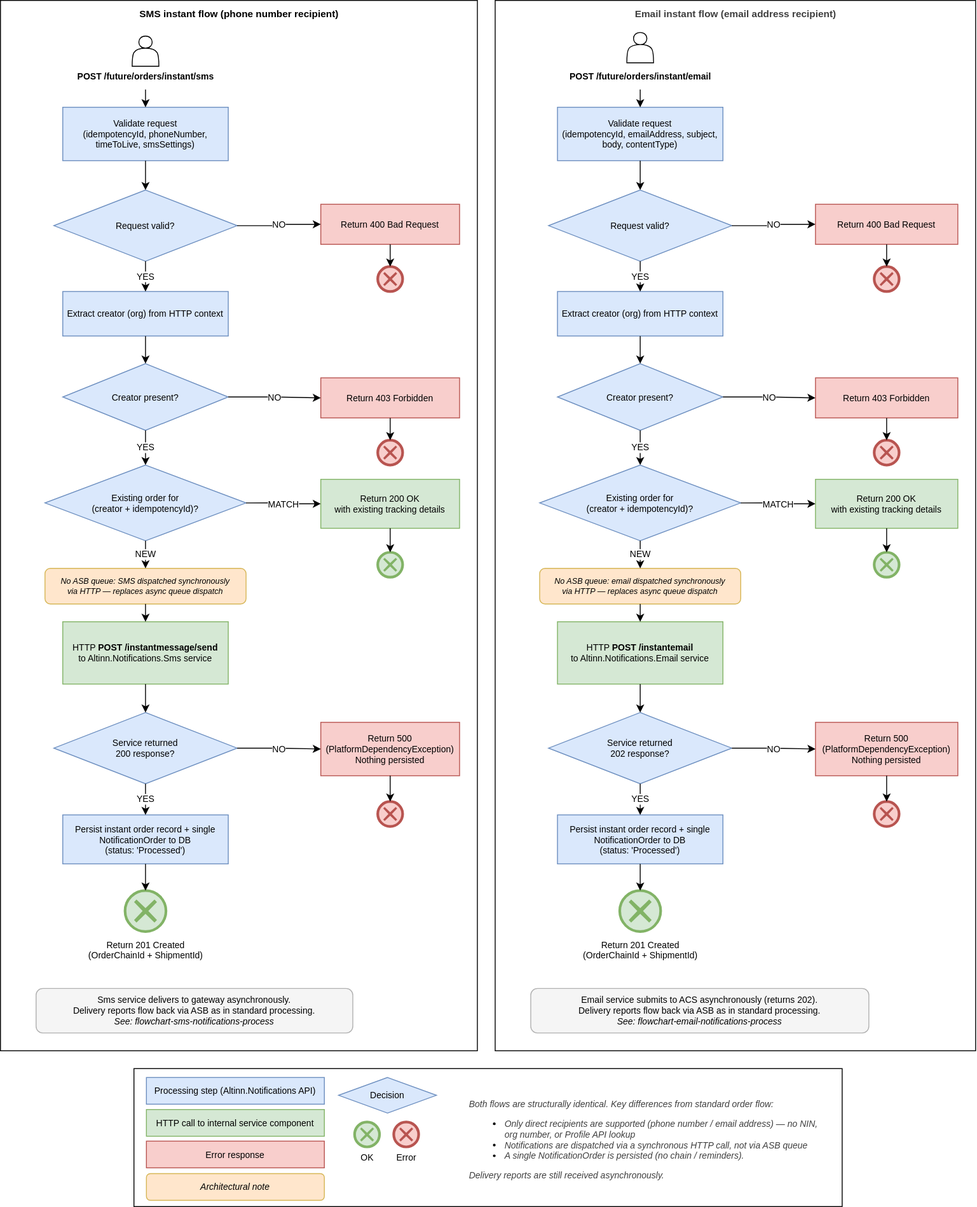
Altinn/altinn-notifications keeps this draw.io diagram as docs/architecture/diagrams/flowchart-instant-notifications-process.svg. Above is the earlier version. Source tidied: cells renumbered, new cells last; positions are measured from the earlier drawing's top-left corner, leaving out a move shared by most shapes.
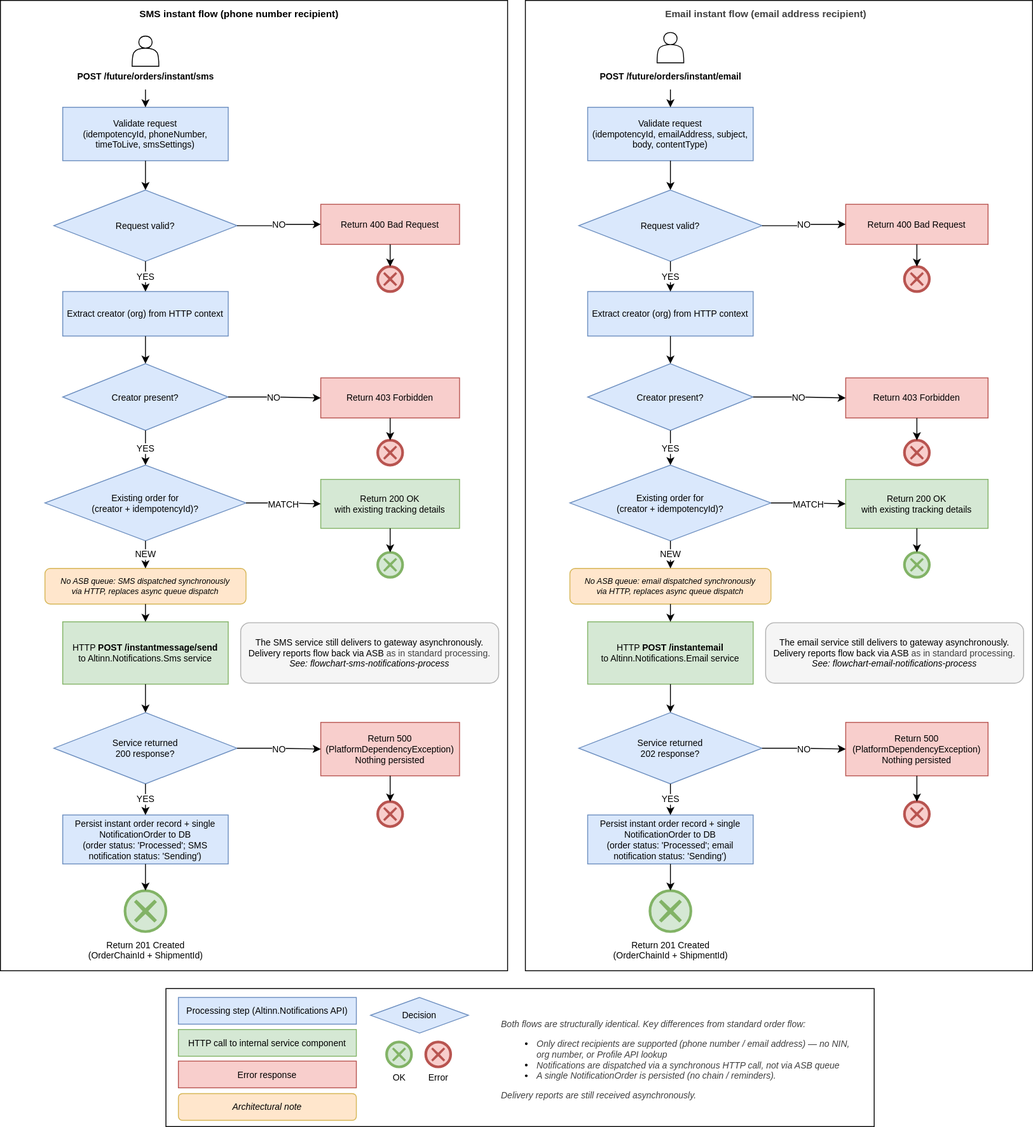
Later version of the same file.

Change to the diagram source:
```diff
@@ -3,103 +3,103 @@
     <mxCell id="0" />
     <mxCell id="1" parent="0" />
     <mxCell id="2" style="rounded=0;whiteSpace=wrap;html=1;" parent="1" vertex="1">
-      <mxGeometry width="536" height="1180" as="geometry" />
+      <mxGeometry x="-34" width="570" height="1090" as="geometry" />
     </mxCell>
     <mxCell id="3" style="rounded=0;whiteSpace=wrap;html=1;" parent="1" vertex="1">
-      <mxGeometry x="556" width="540" height="1180" as="geometry" />
+      <mxGeometry x="556" width="570" height="1090" as="geometry" />
     </mxCell>
     <mxCell id="4" style="rounded=0;whiteSpace=wrap;html=1;labelBackgroundColor=none;" parent="1" vertex="1">
-      <mxGeometry x="150" y="1200" width="796" height="155" as="geometry" />
+      <mxGeometry x="152" y="1110" width="796" height="155" as="geometry" />
     </mxCell>
     <mxCell id="5" value="&lt;font&gt;SMS instant flow (phone number recipient)&lt;/font&gt;" style="text;html=1;align=center;verticalAlign=middle;strokeColor=none;fillColor=none;fontSize=11;fontStyle=1;" parent="1" vertex="1">
-      <mxGeometry x="180" width="176" height="30" as="geometry" />
+      <mxGeometry x="146" width="176" height="30" as="geometry" />
     </mxCell>
     <mxCell id="6" value="&lt;span style=&quot;background-color: light-dark(rgb(255, 255, 255), rgb(18, 18, 18));&quot;&gt;POST /future/orders/instant/email&lt;/span&gt;" style="text;html=1;align=center;verticalAlign=middle;strokeColor=none;fillColor=none;fontSize=10;fontStyle=1;" parent="1" vertex="1">
       <mxGeometry x="626" y="70" width="186" height="30" as="geometry" />
     </mxCell>
     <mxCell id="7" value="Processing step (Altinn.Notifications API)" style="rounded=0;whiteSpace=wrap;html=1;fillColor=#dae8fc;strokeColor=#6c8ebf;fontSize=10;" parent="1" vertex="1">
-      <mxGeometry x="164" y="1210" width="200" height="30" as="geometry" />
+      <mxGeometry x="166" y="1120" width="200" height="30" as="geometry" />
     </mxCell>
     <mxCell id="8" value="HTTP call to internal service component" style="rounded=0;whiteSpace=wrap;html=1;fillColor=#d5e8d4;strokeColor=#82b366;fontSize=10;" parent="1" vertex="1">
-      <mxGeometry x="164" y="1246" width="200" height="30" as="geometry" />
+      <mxGeometry x="166" y="1156" width="200" height="30" as="geometry" />
     </mxCell>
     <mxCell id="9" value="Error response" style="rounded=0;whiteSpace=wrap;html=1;fillColor=#f8cecc;strokeColor=#b85450;fontSize=10;" parent="1" vertex="1">
-      <mxGeometry x="164" y="1281.5" width="200" height="30" as="geometry" />
+      <mxGeometry x="166" y="1191.5" width="200" height="30" as="geometry" />
     </mxCell>
     <mxCell id="10" value="Architectural note" style="rounded=1;whiteSpace=wrap;html=1;fillColor=#ffe6cc;strokeColor=#d6b656;fontSize=10;fontStyle=2;" parent="1" vertex="1">
-      <mxGeometry x="164" y="1318" width="200" height="30" as="geometry" />
+      <mxGeometry x="166" y="1228" width="200" height="30" as="geometry" />
     </mxCell>
     <mxCell id="11" value="Decision" style="rhombus;whiteSpace=wrap;html=1;fontSize=10;fillColor=#dae8fc;strokeColor=#6c8ebf;" parent="1" vertex="1">
-      <mxGeometry x="380" y="1210" width="110" height="40" as="geometry" />
+      <mxGeometry x="382" y="1120" width="110" height="40" as="geometry" />
     </mxCell>
     <mxCell id="12" value="OK" style="shape=mxgraph.bpmn.event;html=1;verticalLabelPosition=bottom;labelBackgroundColor=none;verticalAlign=top;align=center;perimeter=ellipsePerimeter;outline=end;symbol=cancel;fillColor=#d5e8d4;strokeColor=#82b366;fontSize=10;" parent="1" vertex="1">
-      <mxGeometry x="398" y="1260" width="28" height="28" as="geometry" />
+      <mxGeometry x="400" y="1170" width="28" height="28" as="geometry" />
     </mxCell>
     <mxCell id="13" value="Error" style="shape=mxgraph.bpmn.event;html=1;verticalLabelPosition=bottom;labelBackgroundColor=none;verticalAlign=top;align=center;perimeter=ellipsePerimeter;outline=end;symbol=cancel;fillColor=#f8cecc;strokeColor=#b85450;fontSize=10;" parent="1" vertex="1">
-      <mxGeometry x="442" y="1260" width="28" height="28" as="geometry" />
+      <mxGeometry x="444" y="1170" width="28" height="28" as="geometry" />
     </mxCell>
     <mxCell id="14" value="&lt;i style=&quot;color: rgb(63, 63, 63); background-color: transparent;&quot;&gt;Both flows are structurally identical. Key differences from standard order flow:&lt;/i&gt;&lt;br&gt;&lt;ul&gt;&lt;li&gt;&lt;i style=&quot;color: rgb(63, 63, 63); background-color: transparent;&quot;&gt;Only direct recipients are supported (phone number / email address) —&amp;nbsp;&lt;/i&gt;&lt;i style=&quot;background-color: transparent; color: rgb(63, 63, 63);&quot;&gt;no NIN, org number, or Profile API lookup&lt;/i&gt;&lt;/li&gt;&lt;li&gt;&lt;i style=&quot;color: rgb(63, 63, 63); background-color: transparent;&quot;&gt;Notifications are dispatched via a synchronous HTTP call, not via ASB queue&lt;/i&gt;&lt;/li&gt;&lt;li&gt;&lt;i style=&quot;color: rgb(63, 63, 63); background-color: transparent;&quot;&gt;A single NotificationOrder is persisted (no chain / reminders).&amp;nbsp;&lt;/i&gt;&lt;/li&gt;&lt;/ul&gt;&lt;i style=&quot;background-color: transparent; color: rgb(63, 63, 63);&quot;&gt;&lt;i style=&quot;background-color: transparent; color: rgb(63, 63, 63);&quot;&gt;Delivery reports are still received asynchronously.&lt;/i&gt;&lt;/i&gt;" style="rounded=1;whiteSpace=wrap;html=1;fontSize=10;align=left;spacingLeft=5;spacingRight=5;strokeColor=none;" parent="1" vertex="1">
-      <mxGeometry x="520" y="1210" width="412" height="140" as="geometry" />
+      <mxGeometry x="522" y="1120" width="412" height="140" as="geometry" />
     </mxCell>
     <mxCell id="15" value="Validate request&lt;br&gt;(idempotencyId, phoneNumber, timeToLive, smsSettings)" style="rounded=0;whiteSpace=wrap;html=1;fillColor=#dae8fc;strokeColor=#6c8ebf;fontSize=10;" parent="1" vertex="1">
-      <mxGeometry x="70" y="120" width="186" height="60" as="geometry" />
+      <mxGeometry x="36" y="120" width="186" height="60" as="geometry" />
     </mxCell>
     <mxCell id="16" value="Request valid?" style="rhombus;whiteSpace=wrap;html=1;fontSize=10;fillColor=#dae8fc;strokeColor=#6c8ebf;" parent="1" vertex="1">
-      <mxGeometry x="60" y="213" width="206" height="80" as="geometry" />
+      <mxGeometry x="26" y="213" width="206" height="80" as="geometry" />
     </mxCell>
     <mxCell id="17" value="Return 400 Bad Request" style="rounded=0;whiteSpace=wrap;html=1;fillColor=#f8cecc;strokeColor=#b85450;fontSize=10;" parent="1" vertex="1">
-      <mxGeometry x="360" y="229" width="156" height="45" as="geometry" />
+      <mxGeometry x="326" y="229" width="156" height="45" as="geometry" />
     </mxCell>
     <mxCell id="18" style="points=[[0.145,0.145,0],[0.5,0,0],[0.855,0.145,0],[1,0.5,0],[0.855,0.855,0],[0.5,1,0],[0.145,0.855,0],[0,0.5,0]];shape=mxgraph.bpmn.event;html=1;perimeter=ellipsePerimeter;outline=end;symbol=cancel;fillColor=#f8cecc;strokeColor=#b85450;" parent="1" vertex="1">
-      <mxGeometry x="424" y="299" width="28" height="28" as="geometry" />
+      <mxGeometry x="390" y="299" width="28" height="28" as="geometry" />
     </mxCell>
     <mxCell id="19" value="Extract creator (org) from HTTP context" style="rounded=0;whiteSpace=wrap;html=1;fillColor=#dae8fc;strokeColor=#6c8ebf;fontSize=10;" parent="1" vertex="1">
-      <mxGeometry x="70" y="327" width="186" height="50" as="geometry" />
+      <mxGeometry x="36" y="327" width="186" height="50" as="geometry" />
     </mxCell>
     <mxCell id="20" value="Creator present?" style="rhombus;whiteSpace=wrap;html=1;fontSize=10;fillColor=#dae8fc;strokeColor=#6c8ebf;" parent="1" vertex="1">
-      <mxGeometry x="70" y="408" width="186" height="75" as="geometry" />
+      <mxGeometry x="36" y="408" width="186" height="75" as="geometry" />
     </mxCell>
     <mxCell id="21" value="Return 403 Forbidden" style="rounded=0;whiteSpace=wrap;html=1;fillColor=#f8cecc;strokeColor=#b85450;fontSize=10;" parent="1" vertex="1">
-      <mxGeometry x="360" y="424" width="156" height="45" as="geometry" />
+      <mxGeometry x="326" y="424" width="156" height="45" as="geometry" />
     </mxCell>
     <mxCell id="22" style="points=[[0.145,0.145,0],[0.5,0,0],[0.855,0.145,0],[1,0.5,0],[0.855,0.855,0],[0.5,1,0],[0.145,0.855,0],[0,0.5,0]];shape=mxgraph.bpmn.event;html=1;perimeter=ellipsePerimeter;outline=end;symbol=cancel;fillColor=#f8cecc;strokeColor=#b85450;" parent="1" vertex="1">
-      <mxGeometry x="424" y="494" width="28" height="28" as="geometry" />
+      <mxGeometry x="390" y="494" width="28" height="28" as="geometry" />
     </mxCell>
     <mxCell id="23" value="Existing order for&lt;br&gt;(creator + idempotencyId)?" style="rhombus;whiteSpace=wrap;html=1;fontSize=10;fillColor=#dae8fc;strokeColor=#6c8ebf;" parent="1" vertex="1">
-      <mxGeometry x="50" y="522" width="226" height="85" as="geometry" />
+      <mxGeometry x="16" y="522" width="226" height="85" as="geometry" />
     </mxCell>
     <mxCell id="24" value="Return 200 OK&lt;br&gt;with existing tracking details" style="rounded=0;whiteSpace=wrap;html=1;fillColor=#d5e8d4;strokeColor=#82b366;fontSize=10;" parent="1" vertex="1">
-      <mxGeometry x="360" y="538" width="156" height="55" as="geometry" />
+      <mxGeometry x="326" y="538" width="156" height="55" as="geometry" />
     </mxCell>
     <mxCell id="25" style="points=[[0.145,0.145,0],[0.5,0,0],[0.855,0.145,0],[1,0.5,0],[0.855,0.855,0],[0.5,1,0],[0.145,0.855,0],[0,0.5,0]];shape=mxgraph.bpmn.event;html=1;perimeter=ellipsePerimeter;outline=end;symbol=cancel;fillColor=#d5e8d4;strokeColor=#82b366;" parent="1" vertex="1">
-      <mxGeometry x="424" y="620" width="28" height="28" as="geometry" />
+      <mxGeometry x="390" y="620" width="28" height="28" as="geometry" />
     </mxCell>
-    <mxCell id="26" value="&lt;i&gt;No ASB queue: SMS dispatched synchronously&lt;br&gt;via HTTP — replaces async queue dispatch&lt;/i&gt;" style="rounded=1;whiteSpace=wrap;html=1;fillColor=#ffe6cc;strokeColor=#d6b656;fontSize=9;fontStyle=2;" parent="1" vertex="1">
-      <mxGeometry x="50" y="638" width="226" height="40" as="geometry" />
+    <mxCell id="26" value="&lt;i&gt;No ASB queue: SMS dispatched synchronously&lt;br&gt;via HTTP, replaces async queue dispatch&lt;/i&gt;" style="rounded=1;whiteSpace=wrap;html=1;fillColor=#ffe6cc;strokeColor=#d6b656;fontSize=9;fontStyle=2;" parent="1" vertex="1">
+      <mxGeometry x="16" y="638" width="226" height="40" as="geometry" />
     </mxCell>
     <mxCell id="27" value="HTTP &lt;b&gt;POST /instantmessage/send&lt;/b&gt;&lt;br&gt;to Altinn.Notifications.Sms service" style="rounded=0;whiteSpace=wrap;html=1;fillColor=#d5e8d4;strokeColor=#82b366;fontSize=10;" parent="1" vertex="1">
-      <mxGeometry x="70" y="698" width="186" height="70" as="geometry" />
+      <mxGeometry x="36" y="698" width="186" height="70" as="geometry" />
     </mxCell>
     <mxCell id="28" value="Service returned&lt;br&gt;200 response?" style="rhombus;whiteSpace=wrap;html=1;fontSize=10;fillColor=#dae8fc;strokeColor=#6c8ebf;" parent="1" vertex="1">
-      <mxGeometry x="60" y="800" width="206" height="80" as="geometry" />
+      <mxGeometry x="26" y="800" width="206" height="80" as="geometry" />
     </mxCell>
     <mxCell id="29" value="Return 500&lt;br&gt;(PlatformDependencyException)&lt;br&gt;Nothing persisted" style="rounded=0;whiteSpace=wrap;html=1;fillColor=#f8cecc;strokeColor=#b85450;fontSize=10;" parent="1" vertex="1">
-      <mxGeometry x="360" y="811" width="156" height="60" as="geometry" />
+      <mxGeometry x="326" y="811" width="156" height="60" as="geometry" />
     </mxCell>
     <mxCell id="30" style="points=[[0.145,0.145,0],[0.5,0,0],[0.855,0.145,0],[1,0.5,0],[0.855,0.855,0],[0.5,1,0],[0.145,0.855,0],[0,0.5,0]];shape=mxgraph.bpmn.event;html=1;perimeter=ellipsePerimeter;outline=end;symbol=cancel;fillColor=#f8cecc;strokeColor=#b85450;" parent="1" vertex="1">
-      <mxGeometry x="424" y="900" width="28" height="28" as="geometry" />
+      <mxGeometry x="390" y="900" width="28" height="28" as="geometry" />
     </mxCell>
-    <mxCell id="31" value="Persist instant order record + single NotificationOrder to DB&lt;br&gt;(status: 'Processed')" style="rounded=0;whiteSpace=wrap;html=1;fillColor=#dae8fc;strokeColor=#6c8ebf;fontSize=10;" parent="1" vertex="1">
-      <mxGeometry x="70" y="915" width="186" height="55" as="geometry" />
+    <mxCell id="31" value="Persist instant order record + single NotificationOrder to DB&lt;br&gt;(order status: 'Processed'; SMS notification status: 'Sending')" style="rounded=0;whiteSpace=wrap;html=1;fillColor=#dae8fc;strokeColor=#6c8ebf;fontSize=10;" parent="1" vertex="1">
+      <mxGeometry x="36" y="915" width="186" height="55" as="geometry" />
     </mxCell>
     <mxCell id="32" style="points=[[0.145,0.145,0],[0.5,0,0],[0.855,0.145,0],[1,0.5,0],[0.855,0.855,0],[0.5,1,0],[0.145,0.855,0],[0,0.5,0]];shape=mxgraph.bpmn.event;html=1;perimeter=ellipsePerimeter;outline=end;symbol=cancel;fillColor=#d5e8d4;strokeColor=#82b366;" parent="1" vertex="1">
-      <mxGeometry x="140" y="1000" width="46" height="46" as="geometry" />
+      <mxGeometry x="106" y="1000" width="46" height="46" as="geometry" />
     </mxCell>
     <mxCell id="33" value="Return 201 Created&lt;br&gt;(OrderChainId + ShipmentId)" style="text;html=1;align=center;verticalAlign=middle;strokeColor=none;fillColor=none;fontSize=10;" parent="1" vertex="1">
-      <mxGeometry x="40" y="1052" width="246" height="30" as="geometry" />
+      <mxGeometry x="6" y="1052" width="246" height="30" as="geometry" />
     </mxCell>
-    <mxCell id="34" value="&lt;font&gt;Sms service delivers to gateway asynchronously.&lt;br&gt;Delivery reports flow back via ASB as in standard processing.&lt;br&gt;&lt;i&gt;See: flowchart-sms-notifications-process&lt;/i&gt;&lt;/font&gt;" style="rounded=1;whiteSpace=wrap;html=1;fillColor=#f5f5f5;strokeColor=#b0b0b0;fontSize=10;" parent="1" vertex="1">
-      <mxGeometry x="40" y="1110" width="356" height="50" as="geometry" />
+    <mxCell id="34" value="&lt;font&gt;The SMS service still delivers to gateway asynchronously.&lt;br&gt;Delivery reports flow back via ASB&amp;nbsp;&lt;/font&gt;&lt;font style=&quot;color: rgb(63, 63, 63); background-color: transparent;&quot;&gt;as in&amp;nbsp;&lt;/font&gt;&lt;font style=&quot;background-color: transparent; color: rgb(63, 63, 63);&quot;&gt;standard&amp;nbsp;&lt;/font&gt;&lt;span style=&quot;background-color: transparent; color: rgb(63, 63, 63);&quot;&gt;processing.&lt;/span&gt;&lt;div&gt;&lt;div&gt;&lt;div&gt;&lt;font&gt;&lt;i&gt;See: flowchart-sms-notifications-process&lt;/i&gt;&lt;/font&gt;&lt;/div&gt;&lt;/div&gt;&lt;/div&gt;" style="rounded=1;whiteSpace=wrap;html=1;fillColor=#f5f5f5;strokeColor=#b0b0b0;fontSize=10;" parent="1" vertex="1">
+      <mxGeometry x="236" y="699" width="290" height="68" as="geometry" />
     </mxCell>
     <mxCell id="35" style="edgeStyle=orthogonalEdgeStyle;html=1;exitX=0.5;exitY=1;exitDx=0;exitDy=0;" parent="1" edge="1" source="94" target="15">
       <mxGeometry relative="1" as="geometry" />
@@ -188,7 +188,7 @@
     <mxCell id="63" style="points=[[0.145,0.145,0],[0.5,0,0],[0.855,0.145,0],[1,0.5,0],[0.855,0.855,0],[0.5,1,0],[0.145,0.855,0],[0,0.5,0]];shape=mxgraph.bpmn.event;html=1;perimeter=ellipsePerimeter;outline=end;symbol=cancel;fillColor=#d5e8d4;strokeColor=#82b366;" parent="1" vertex="1">
       <mxGeometry x="982" y="620" width="28" height="28" as="geometry" />
     </mxCell>
-    <mxCell id="64" value="&lt;i&gt;No ASB queue: email dispatched synchronously&lt;br&gt;via HTTP — replaces async queue dispatch&lt;/i&gt;" style="rounded=1;whiteSpace=wrap;html=1;fillColor=#ffe6cc;strokeColor=#d6b656;fontSize=9;fontStyle=2;" parent="1" vertex="1">
+    <mxCell id="64" value="&lt;i&gt;No ASB queue: email dispatched synchronously&lt;br&gt;via HTTP, replaces async queue dispatch&lt;/i&gt;" style="rounded=1;whiteSpace=wrap;html=1;fillColor=#ffe6cc;strokeColor=#d6b656;fontSize=9;fontStyle=2;" parent="1" vertex="1">
       <mxGeometry x="606" y="638" width="226" height="40" as="geometry" />
     </mxCell>
     <mxCell id="65" value="HTTP &lt;b&gt;POST /instantemail&lt;/b&gt;&lt;br&gt;to Altinn.Notifications.Email service" style="rounded=0;whiteSpace=wrap;html=1;fillColor=#d5e8d4;strokeColor=#82b366;fontSize=10;" parent="1" vertex="1">
@@ -203,7 +203,7 @@
     <mxCell id="68" style="points=[[0.145,0.145,0],[0.5,0,0],[0.855,0.145,0],[1,0.5,0],[0.855,0.855,0],[0.5,1,0],[0.145,0.855,0],[0,0.5,0]];shape=mxgraph.bpmn.event;html=1;perimeter=ellipsePerimeter;outline=end;symbol=cancel;fillColor=#f8cecc;strokeColor=#b85450;" parent="1" vertex="1">
       <mxGeometry x="982" y="900" width="28" height="28" as="geometry" />
     </mxCell>
-    <mxCell id="69" value="Persist instant order record + single NotificationOrder to DB&lt;br&gt;(status: 'Processed')" style="rounded=0;whiteSpace=wrap;html=1;fillColor=#dae8fc;strokeColor=#6c8ebf;fontSize=10;" parent="1" vertex="1">
+    <mxCell id="69" value="Persist instant order record + single NotificationOrder to DB&lt;br&gt;(order status: 'Processed'; email notification status: 'Sending')" style="rounded=0;whiteSpace=wrap;html=1;fillColor=#dae8fc;strokeColor=#6c8ebf;fontSize=10;" parent="1" vertex="1">
       <mxGeometry x="626" y="915" width="186" height="55" as="geometry" />
     </mxCell>
     <mxCell id="70" style="points=[[0.145,0.145,0],[0.5,0,0],[0.855,0.145,0],[1,0.5,0],[0.855,0.855,0],[0.5,1,0],[0.145,0.855,0],[0,0.5,0]];shape=mxgraph.bpmn.event;html=1;perimeter=ellipsePerimeter;outline=end;symbol=cancel;fillColor=#d5e8d4;strokeColor=#82b366;" parent="1" vertex="1">
@@ -212,9 +212,6 @@
     <mxCell id="71" value="Return 201 Created&lt;br&gt;(OrderChainId + ShipmentId)" style="text;html=1;align=center;verticalAlign=middle;strokeColor=none;fillColor=none;fontSize=10;" parent="1" vertex="1">
       <mxGeometry x="596" y="1052" width="246" height="30" as="geometry" />
     </mxCell>
-    <mxCell id="72" value="&lt;font&gt;Email service submits to ACS asynchronously (returns 202).&lt;br&gt;Delivery reports flow back via ASB as in standard processing.&lt;br&gt;&lt;i&gt;See: flowchart-email-notifications-process&lt;/i&gt;&lt;/font&gt;" style="rounded=1;whiteSpace=wrap;html=1;fillColor=#f5f5f5;strokeColor=#b0b0b0;fontSize=10;" parent="1" vertex="1">
-      <mxGeometry x="596" y="1110" width="380" height="50" as="geometry" />
-    </mxCell>
     <mxCell id="73" style="edgeStyle=orthogonalEdgeStyle;html=1;exitX=0.5;exitY=1;exitDx=0;exitDy=0;" parent="1" edge="1" source="6" target="53">
       <mxGeometry relative="1" as="geometry" />
     </mxCell>
@@ -270,7 +267,7 @@
       <mxGeometry relative="1" as="geometry" />
     </mxCell>
     <mxCell id="91" style="shape=actor;whiteSpace=wrap;html=1;" parent="1" vertex="1">
-      <mxGeometry x="148" y="40" width="30" height="34" as="geometry" />
+      <mxGeometry x="114" y="40" width="30" height="34" as="geometry" />
     </mxCell>
     <mxCell id="92" style="shape=actor;whiteSpace=wrap;html=1;" parent="1" vertex="1">
       <mxGeometry x="704" y="36" width="30" height="34" as="geometry" />
@@ -279,7 +276,10 @@
       <mxGeometry x="746" width="160" height="30" as="geometry" />
     </mxCell>
     <mxCell id="94" value="&lt;div&gt;&lt;font style=&quot;font-size: 10px;&quot;&gt;POST /future/orders/instant/sms&lt;/font&gt;&lt;/div&gt;" style="text;html=1;align=center;verticalAlign=middle;strokeColor=none;fillColor=none;fontSize=10;fontStyle=1;" parent="1" vertex="1">
-      <mxGeometry x="70" y="70" width="186" height="30" as="geometry" />
+      <mxGeometry x="36" y="70" width="186" height="30" as="geometry" />
     </mxCell>
+    <mxCell id="95" value="&lt;font&gt;The email service still delivers to gateway asynchronously.&lt;br&gt;Delivery reports flow back via ASB&amp;nbsp;&lt;/font&gt;&lt;font style=&quot;color: rgb(63, 63, 63); background-color: transparent;&quot;&gt;as in&amp;nbsp;&lt;/font&gt;&lt;font style=&quot;background-color: transparent; color: rgb(63, 63, 63);&quot;&gt;standard&amp;nbsp;&lt;/font&gt;&lt;span style=&quot;background-color: transparent; color: rgb(63, 63, 63);&quot;&gt;processing.&lt;/span&gt;&lt;div&gt;&lt;div&gt;&lt;div&gt;&lt;font&gt;&lt;i&gt;See: flowchart-email-notifications-process&lt;/i&gt;&lt;/font&gt;&lt;/div&gt;&lt;/div&gt;&lt;/div&gt;" style="rounded=1;whiteSpace=wrap;html=1;fillColor=#f5f5f5;strokeColor=#b0b0b0;fontSize=10;" parent="1" vertex="1">
+      <mxGeometry x="826" y="699" width="290" height="68" as="geometry" />
+    </mxCell>
   </root>
 </mxGraphModel>
```
